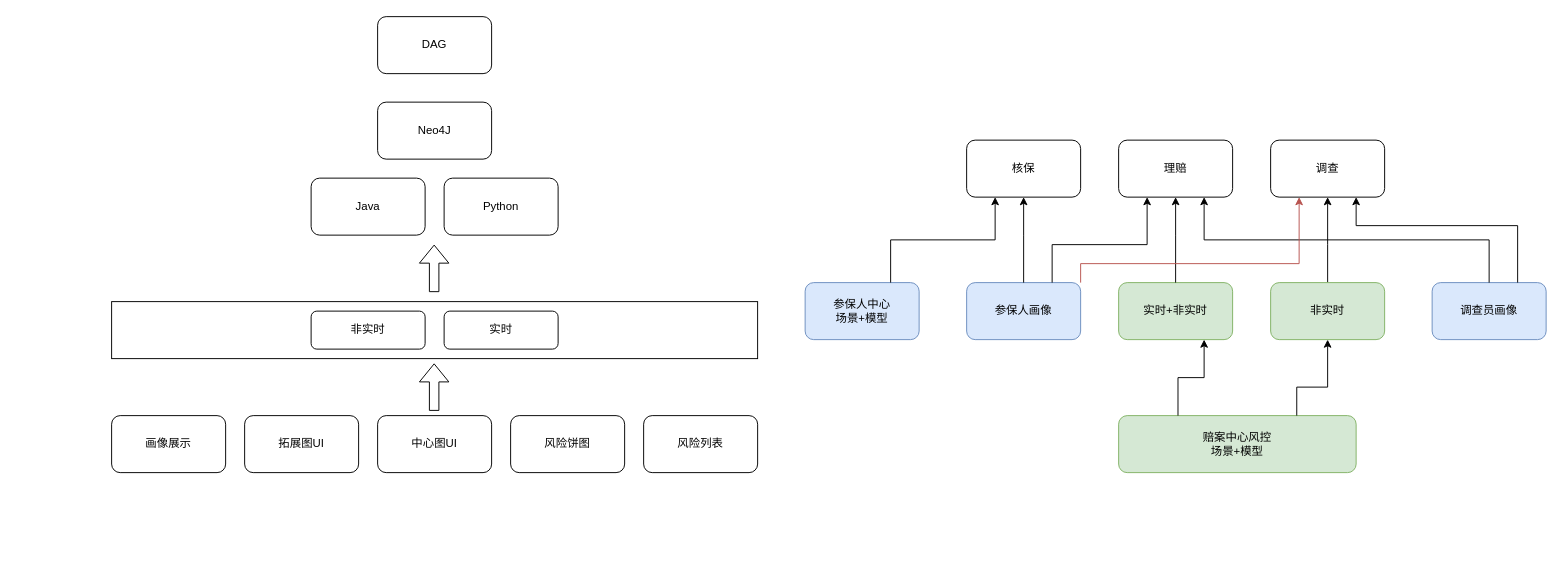
XiaoLiuAI/diagrams keeps this draw.io diagram as 太平/太平模块图.drawio. Above is the earlier version. Source tidied: cells renumbered, new cells numbered last; positions are measured from the earlier drawing's top-left corner, leaving out a move shared by most shapes. Both pictures are drawn from the tidied source at 95%, with x=0, y=0 at pixel (111, 16).
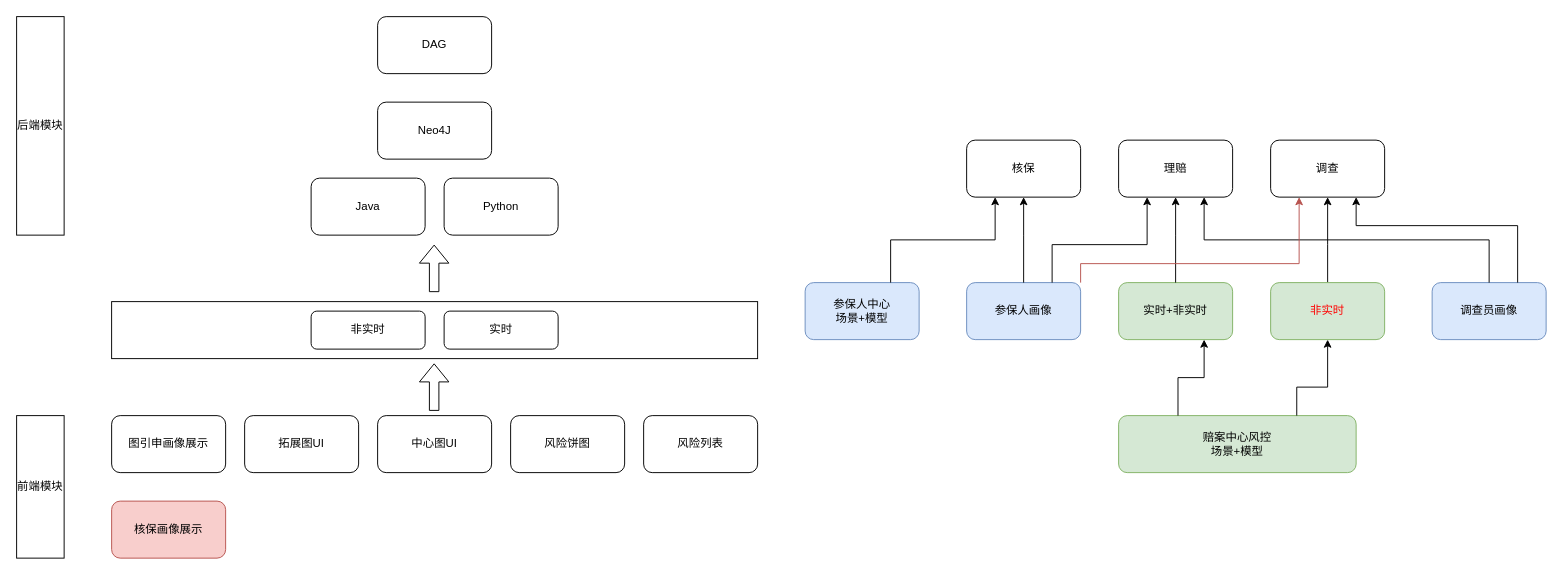
After the change.

Commit message (it also covers changes not shown here):
更新太平模块图.drawio

Diff of the diagram source:
```diff
@@
-    <mxCell id="17" value="非实时" style="rounded=1;whiteSpace=wrap;html=1;fillColor=#d5e8d4;strokeColor=#82b366;" parent="1" vertex="1">
+    <mxCell id="17" value="非实时" style="rounded=1;whiteSpace=wrap;html=1;fillColor=#d5e8d4;strokeColor=#82b366;fontColor=#FF0000;" parent="1" vertex="1">
       <mxGeometry x="1220" y="280" width="120" height="60" as="geometry" />
     </mxCell>
@@
-    <mxCell id="25" value="画像展示" style="rounded=1;whiteSpace=wrap;html=1;" parent="1" vertex="1">
+    <mxCell id="25" value="图引申画像展示" style="rounded=1;whiteSpace=wrap;html=1;" parent="1" vertex="1">
       <mxGeometry y="420" width="120" height="60" as="geometry" />
     </mxCell>
@@
+    <mxCell id="35" value="核保画像展示" style="rounded=1;whiteSpace=wrap;html=1;fillColor=#f8cecc;strokeColor=#b85450;" parent="1" vertex="1">
+      <mxGeometry y="510" width="120" height="60" as="geometry" />
+    </mxCell>
+    <mxCell id="36" value="&lt;font color=&quot;#000000&quot;&gt;前端模块&lt;/font&gt;" style="rounded=0;whiteSpace=wrap;html=1;fontColor=#FF0000;" parent="1" vertex="1">
+      <mxGeometry x="-100" y="420" width="50" height="150" as="geometry" />
+    </mxCell>
+    <mxCell id="37" value="&lt;font color=&quot;#000000&quot;&gt;后端模块&lt;/font&gt;" style="rounded=0;whiteSpace=wrap;html=1;fontColor=#FF0000;" parent="1" vertex="1">
+      <mxGeometry x="-100" width="50" height="230" as="geometry" />
+    </mxCell>
```
